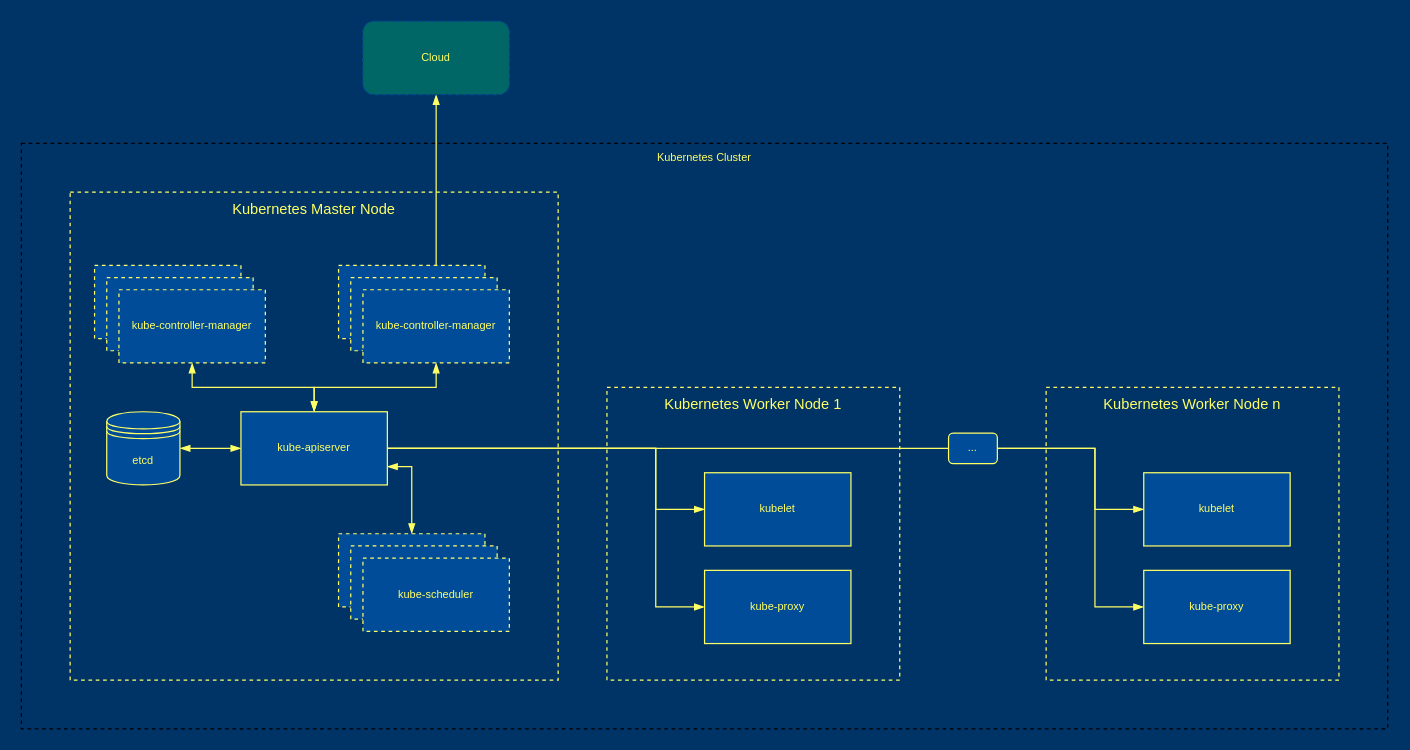
Earlier version of the draw.io diagram Диаграмма без названия.drawio (AlexLexus/LearnClouds). Source tidied: cells renumbered, new cells numbered last; positions are measured from the earlier drawing's top-left corner, leaving out a move shared by most shapes. Both pictures are drawn from the tidied source at 122%, with x=0, y=0 at pixel (21, 21).
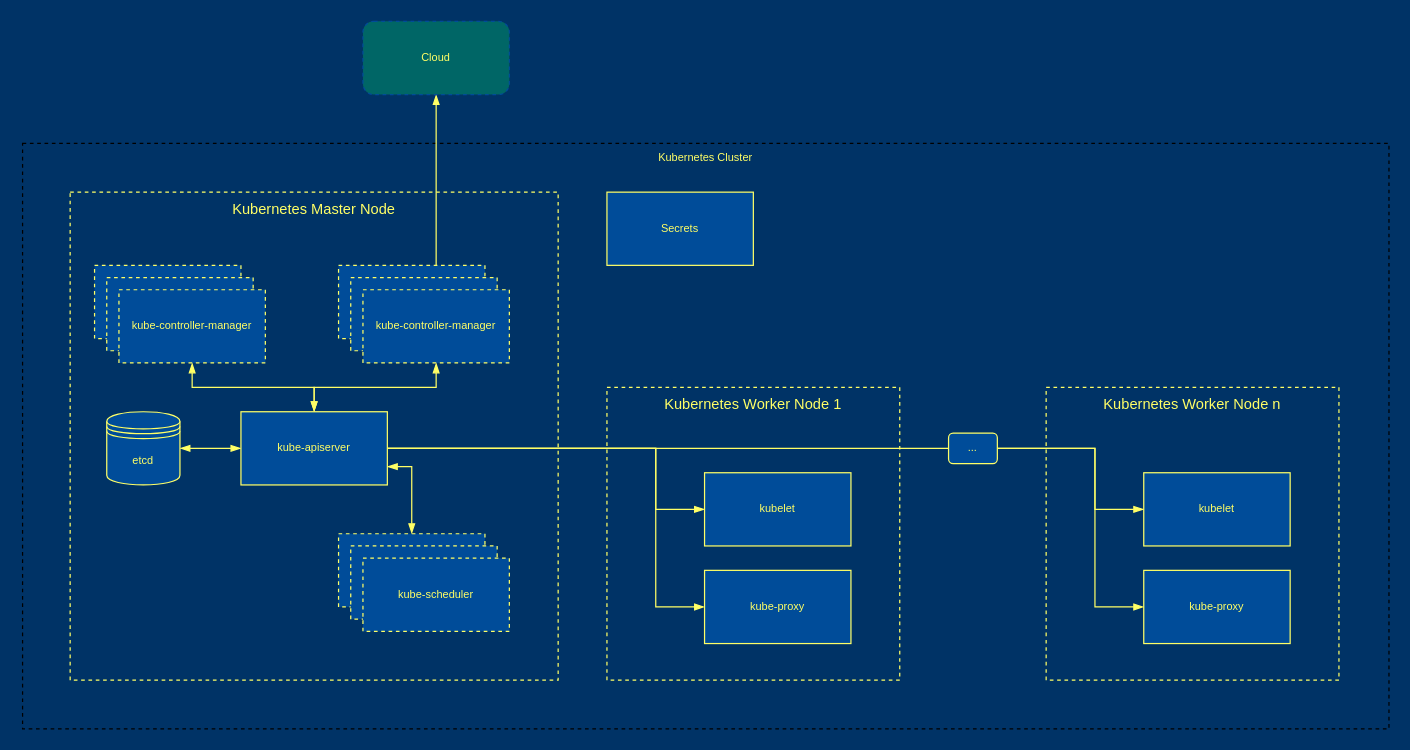
The same page after the edit.

What changed in the source:
```diff
@@
     <mxCell id="3" value="Kubernetes Cluster" style="rounded=0;whiteSpace=wrap;html=1;strokeColor=default;fontSize=9;fontColor=#FFFF66;fillColor=none;gradientColor=none;dashed=1;verticalAlign=top;" parent="1" vertex="1">
-      <mxGeometry y="100" width="1120" height="480" as="geometry" />
+      <mxGeometry x="1" y="100" width="1120" height="480" as="geometry" />
     </mxCell>
@@
+    <mxCell id="36" value="Secrets" style="rounded=0;whiteSpace=wrap;html=1;strokeColor=#FFFF66;fontSize=9;fontColor=#FFFF66;fillColor=#004C99;gradientColor=none;" parent="1" vertex="1">
+      <mxGeometry x="480" y="140" width="120" height="60" as="geometry" />
+    </mxCell>
```
